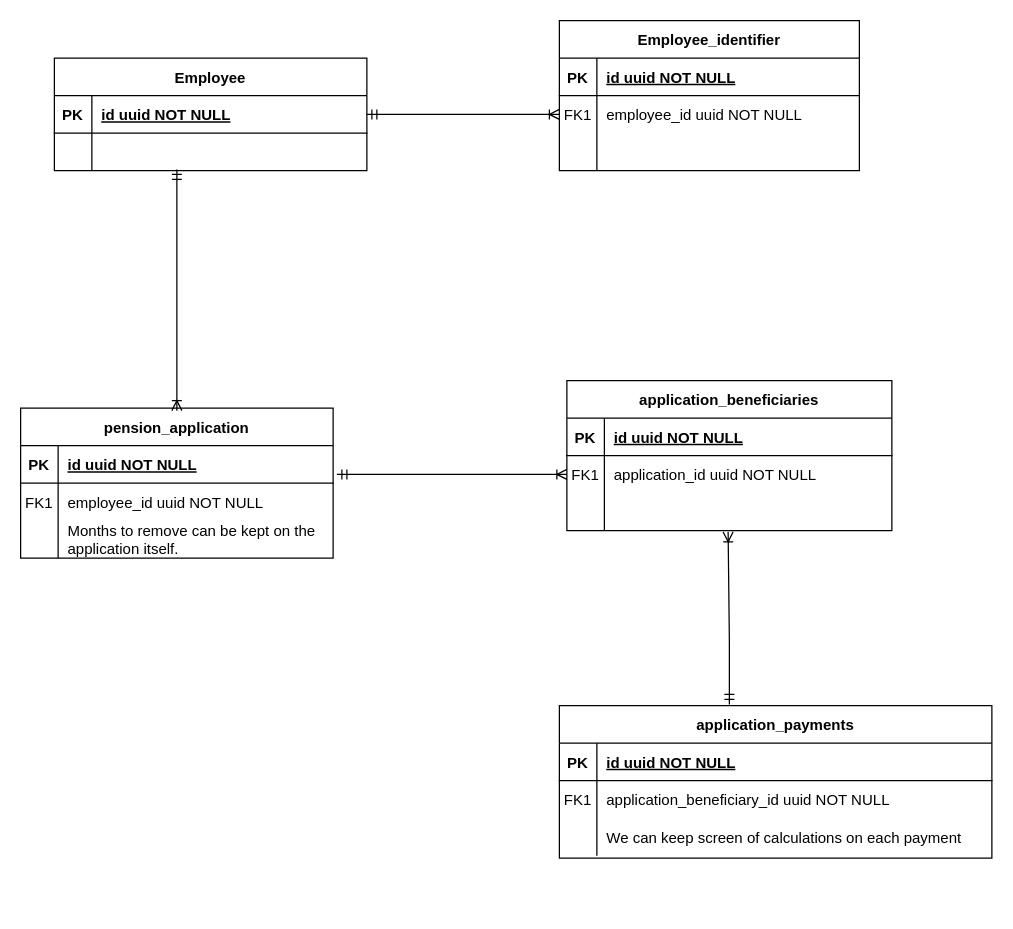
batumutsu/imisanzu_v2_db keeps this draw.io diagram as Imisanzu_V2_DB.drawio. Above is the earlier version. Source tidied: cells renumbered, new cells numbered last; positions are measured from the earlier drawing's top-left corner, leaving out a move shared by most shapes. Both pictures are drawn from the tidied source at 125%, with x=0, y=0 at pixel (20, 20).
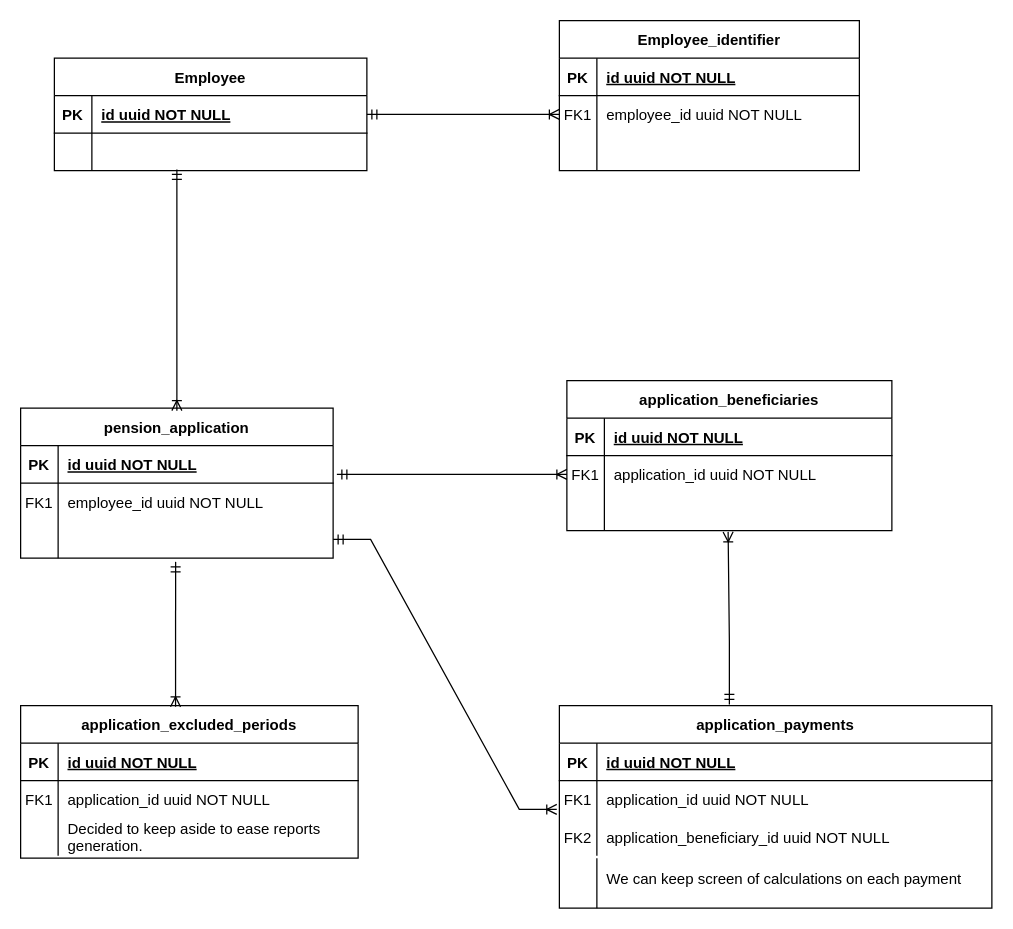
Above is the later version.

Commit message:
completed initial relations

The change refers to these unchanged cells:
```xml
<mxCell id="19" style="shape=partialRectangle;fillColor=none;points=[[0,0.5],[1,0.5]];portConstraint=eastwest;top=0;left=0;right=0;bottom=0;" parent="12" vertex="1">
  <mxGeometry y="90" width="250" height="30" as="geometry" />
</mxCell>
<mxCell id="45" style="shape=partialRectangle;fillColor=none;points=[[0,0.5],[1,0.5]];portConstraint=eastwest;top=0;left=0;right=0;bottom=0;" parent="41" vertex="1">
  <mxGeometry y="60" width="346" height="30" as="geometry" />
</mxCell>
<mxCell id="48" style="shape=partialRectangle;fillColor=none;top=0;left=0;right=0;bottom=0;" parent="41" vertex="1">
  <mxGeometry y="90" width="346" height="30" as="geometry" />
</mxCell>
```

The edit, as a diff of the source:
```diff
@@
-    <mxCell id="21" value="Months to remove can be kept on the&#10;application itself." style="shape=partialRectangle;overflow=hidden;fillColor=none;top=0;left=0;bottom=0;right=0;align=left;spacingLeft=6;" parent="19" vertex="1">
+    <mxCell id="21" style="shape=partialRectangle;overflow=hidden;fillColor=none;top=0;left=0;bottom=0;right=0;align=left;spacingLeft=6;" parent="19" vertex="1">
       <mxGeometry x="30" width="220" height="30" as="geometry" />
     </mxCell>
@@
     <mxCell id="41" value="application_payments" style="shape=table;startSize=30;childLayout=tableLayout;rowLines=0;fontStyle=1;align=center;" parent="1" vertex="1">
-      <mxGeometry x="431" y="548" width="346" height="122" as="geometry" />
+      <mxGeometry x="431" y="548" width="346" height="162" as="geometry" />
     </mxCell>
@@
-    <mxCell id="47" value="application_beneficiary_id uuid NOT NULL" style="shape=partialRectangle;overflow=hidden;fillColor=none;top=0;left=0;bottom=0;right=0;align=left;spacingLeft=6;" parent="45" vertex="1">
+    <mxCell id="47" value="application_id uuid NOT NULL" style="shape=partialRectangle;overflow=hidden;fillColor=none;top=0;left=0;bottom=0;right=0;align=left;spacingLeft=6;" parent="45" vertex="1">
       <mxGeometry x="30" width="316" height="30" as="geometry" />
     </mxCell>
@@
-    <mxCell id="49" style="shape=partialRectangle;overflow=hidden;fillColor=none;top=0;left=0;bottom=0;right=0;" parent="48" vertex="1">
+    <mxCell id="49" value="FK2" style="shape=partialRectangle;overflow=hidden;fillColor=none;top=0;left=0;bottom=0;right=0;" parent="48" vertex="1">
       <mxGeometry width="30" height="30" as="geometry" />
     </mxCell>
-    <mxCell id="50" value="We can keep screen of calculations on each payment" style="shape=partialRectangle;overflow=hidden;fillColor=none;top=0;left=0;bottom=0;right=0;align=left;spacingLeft=6;" parent="48" vertex="1">
+    <mxCell id="50" value="application_beneficiary_id uuid NOT NULL" style="shape=partialRectangle;overflow=hidden;fillColor=none;top=0;left=0;bottom=0;right=0;align=left;spacingLeft=6;" parent="48" vertex="1">
       <mxGeometry x="30" width="316" height="30" as="geometry" />
     </mxCell>
@@
+    <mxCell id="53" value="application_excluded_periods" style="shape=table;startSize=30;childLayout=tableLayout;rowLines=0;fontStyle=1;align=center;" parent="1" vertex="1">
+      <mxGeometry y="548" width="270" height="122" as="geometry" />
+    </mxCell>
+    <mxCell id="54" style="shape=partialRectangle;fillColor=none;top=0;left=0;right=0;bottom=1;" parent="53" vertex="1">
+      <mxGeometry y="30" width="270" height="30" as="geometry" />
+    </mxCell>
+    <mxCell id="55" value="PK" style="shape=partialRectangle;overflow=hidden;fillColor=none;top=0;left=0;bottom=0;right=0;fontStyle=1;" parent="54" vertex="1">
+      <mxGeometry width="30" height="30" as="geometry" />
+    </mxCell>
+    <mxCell id="56" value="id uuid NOT NULL " style="shape=partialRectangle;overflow=hidden;fillColor=none;top=0;left=0;bottom=0;right=0;align=left;spacingLeft=6;fontStyle=5;" parent="54" vertex="1">
+      <mxGeometry x="30" width="240" height="30" as="geometry" />
+    </mxCell>
+    <mxCell id="57" style="shape=partialRectangle;fillColor=none;top=0;left=0;right=0;bottom=0;" parent="53" vertex="1">
+      <mxGeometry y="60" width="270" height="30" as="geometry" />
+    </mxCell>
+    <mxCell id="58" value="FK1" style="shape=partialRectangle;overflow=hidden;fillColor=none;top=0;left=0;bottom=0;right=0;" parent="57" vertex="1">
+      <mxGeometry width="30" height="30" as="geometry" />
+    </mxCell>
+    <mxCell id="59" value="application_id uuid NOT NULL" style="shape=partialRectangle;overflow=hidden;fillColor=none;top=0;left=0;bottom=0;right=0;align=left;spacingLeft=6;" parent="57" vertex="1">
+      <mxGeometry x="30" width="240" height="30" as="geometry" />
+    </mxCell>
+    <mxCell id="60" style="shape=partialRectangle;fillColor=none;top=0;left=0;right=0;bottom=0;" parent="53" vertex="1">
+      <mxGeometry y="90" width="270" height="30" as="geometry" />
+    </mxCell>
+    <mxCell id="61" style="shape=partialRectangle;overflow=hidden;fillColor=none;top=0;left=0;bottom=0;right=0;" parent="60" vertex="1">
+      <mxGeometry width="30" height="30" as="geometry" />
+    </mxCell>
+    <mxCell id="62" value="Decided to keep aside to ease reports&#10;generation." style="shape=partialRectangle;overflow=hidden;fillColor=none;top=0;left=0;bottom=0;right=0;align=left;spacingLeft=6;" parent="60" vertex="1">
+      <mxGeometry x="30" width="240" height="30" as="geometry" />
+    </mxCell>
+    <mxCell id="63" style="fontSize=12;html=1;endArrow=ERoneToMany;startArrow=ERmandOne;rounded=0;entryX=0.459;entryY=0.008;entryDx=0;entryDy=0;entryPerimeter=0;exitX=0.496;exitY=1.1;exitDx=0;exitDy=0;exitPerimeter=0;" parent="1" edge="1" source="19" target="53">
+      <mxGeometry relative="1" as="geometry" />
+    </mxCell>
+    <mxCell id="64" style="edgeStyle=entityRelationEdgeStyle;fontSize=12;html=1;endArrow=ERoneToMany;startArrow=ERmandOne;rounded=0;exitX=1;exitY=0.5;exitDx=0;exitDy=0;entryX=-0.006;entryY=0.767;entryDx=0;entryDy=0;entryPerimeter=0;" parent="1" edge="1" source="19" target="45">
+      <mxGeometry relative="1" as="geometry">
+        <Array as="points">
+          <mxPoint x="277" y="340" />
+        </Array>
+      </mxGeometry>
+    </mxCell>
+    <mxCell id="65" value="We can keep screen of calculations on each payment" style="shape=partialRectangle;overflow=hidden;fillColor=none;top=0;left=0;bottom=0;right=0;align=left;spacingLeft=6;" parent="1" vertex="1">
+      <mxGeometry x="461" y="671" width="306" height="30" as="geometry" />
+    </mxCell>
+    <mxCell id="66" style="endArrow=none;html=1;" parent="1" edge="1">
+      <mxGeometry relative="1" as="geometry">
+        <mxPoint x="461" y="710" as="sourcePoint" />
+        <mxPoint x="461" y="670" as="targetPoint" />
+      </mxGeometry>
+    </mxCell>
```
